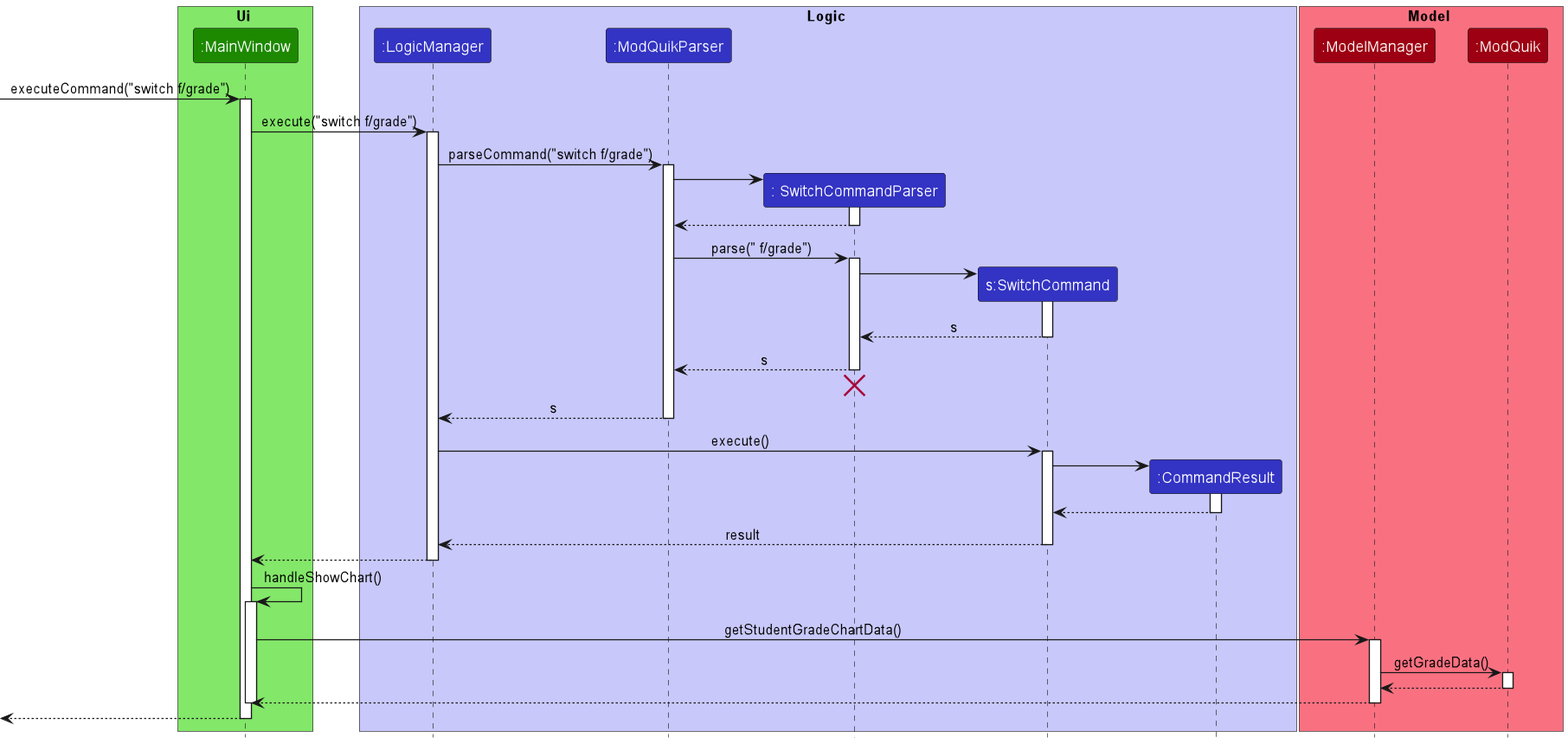
The PlantUML diagram docs/images/ShowGradeSequenceDiagram.png in nus-cs2103-AY2223S1/tp, before a commit. Its source is kept beside it as docs/diagrams/ShowGradeSequenceDiagram.puml.
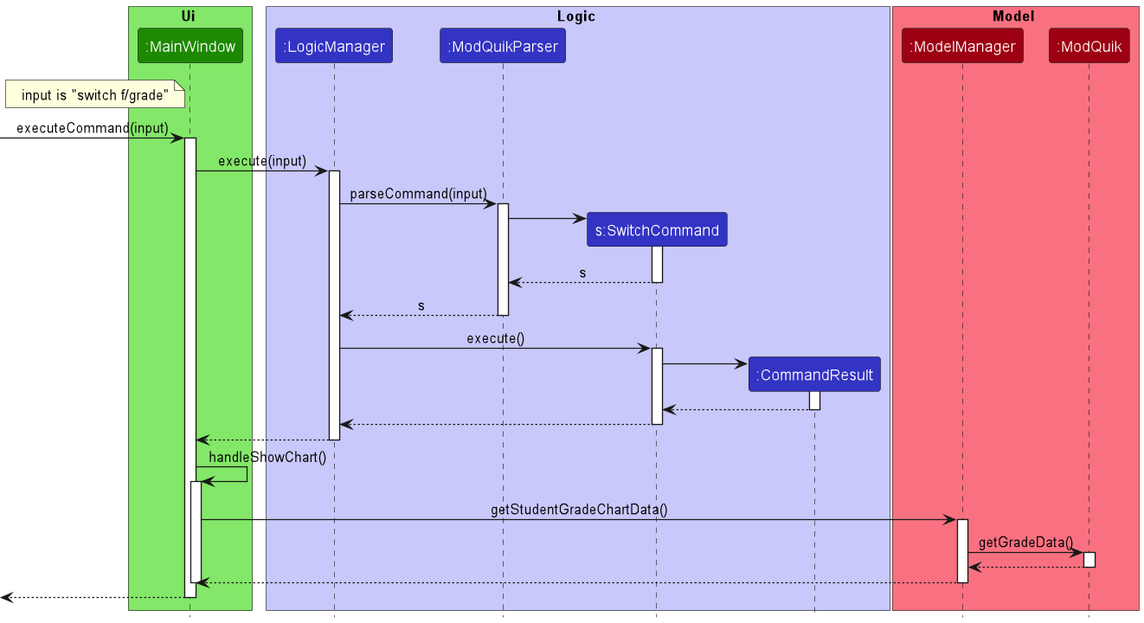
The same diagram one commit later.

Commit message:
Omit less important details in diagram

Diff of the diagram source:
```diff
@@ -1,14 +1,18 @@
 @startuml
 !include style.puml
+skinparam ParticipantPadding 5
 
 box Ui UI_COLOR_T1
 participant ":MainWindow" as MainWindow UI_COLOR
 end box
 
+note left MainWindow
+input is "switch f/grade"
+end note
+
 box Logic LOGIC_COLOR_T1
 participant ":LogicManager" as LogicManager LOGIC_COLOR
 participant ":ModQuikParser" as ModQuikParser LOGIC_COLOR
-participant ": SwitchCommandParser" as SwitchCommandParser LOGIC_COLOR
 participant "s:SwitchCommand" as SwitchCommand LOGIC_COLOR
 participant ":CommandResult" as CommandResult LOGIC_COLOR
 end box
@@ -18,36 +22,21 @@
 participant ":ModQuik" as ModQuik MODEL_COLOR
 end box
 
-[-> MainWindow : executeCommand("switch f/grade")
+[-> MainWindow : executeCommand(input)
 activate MainWindow
 
-MainWindow -> LogicManager: execute("switch f/grade")
+MainWindow -> LogicManager: execute(input)
 activate LogicManager
 
-LogicManager -> ModQuikParser : parseCommand("switch f/grade")
+LogicManager -> ModQuikParser : parseCommand(input)
 activate ModQuikParser
 
-create SwitchCommandParser
-ModQuikParser -> SwitchCommandParser
-activate SwitchCommandParser
-
-SwitchCommandParser --> ModQuikParser
-deactivate SwitchCommandParser
-
-ModQuikParser -> SwitchCommandParser : parse(" f/grade")
-activate SwitchCommandParser
-
 create SwitchCommand
-SwitchCommandParser -> SwitchCommand
+ModQuikParser -> SwitchCommand
 activate SwitchCommand
 
-SwitchCommand --> SwitchCommandParser : s
+SwitchCommand --> ModQuikParser : s
 deactivate SwitchCommand
-
-SwitchCommandParser --> ModQuikParser : s
-deactivate SwitchCommandParser
-SwitchCommandParser -[hidden]-> ModQuikParser
-destroy SwitchCommandParser
 
 ModQuikParser --> LogicManager : s
 deactivate ModQuikParser
@@ -62,7 +51,7 @@
 CommandResult --> SwitchCommand
 deactivate CommandResult
 
-SwitchCommand --> LogicManager : result
+SwitchCommand --> LogicManager
 deactivate SwitchCommand
 
 LogicManager --> MainWindow
```
